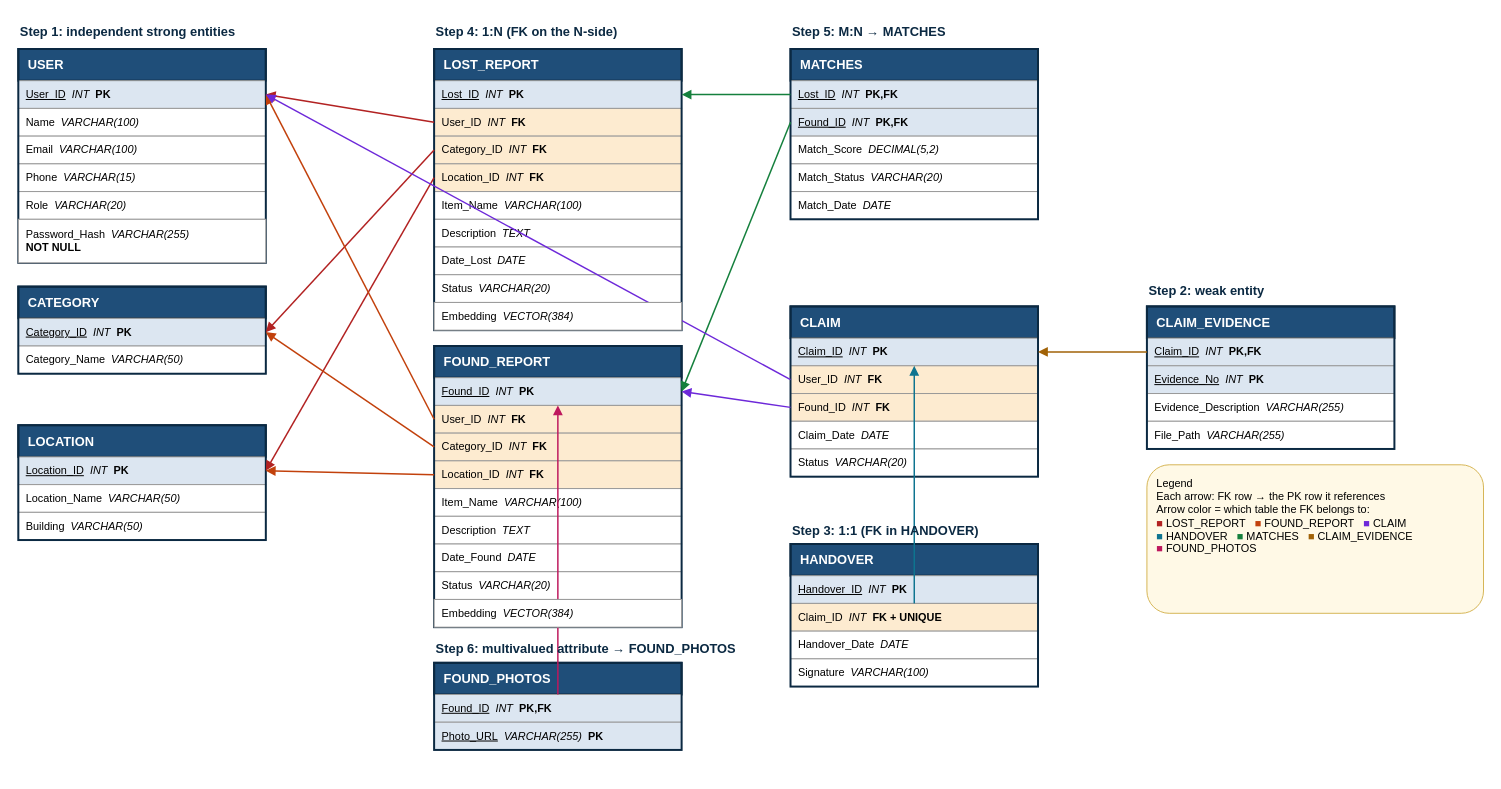
Before: docs/lost_found_relational_schema_revised.drawio in ParasAgarwal23/smart-lost-and-found, a draw.io diagram. Source tidied: cells renumbered, new cells numbered last; positions are measured from the earlier drawing's top-left corner, leaving out a move shared by most shapes. Both pictures are drawn from the tidied source at 99%, with x=0, y=0 at pixel (18, 17).
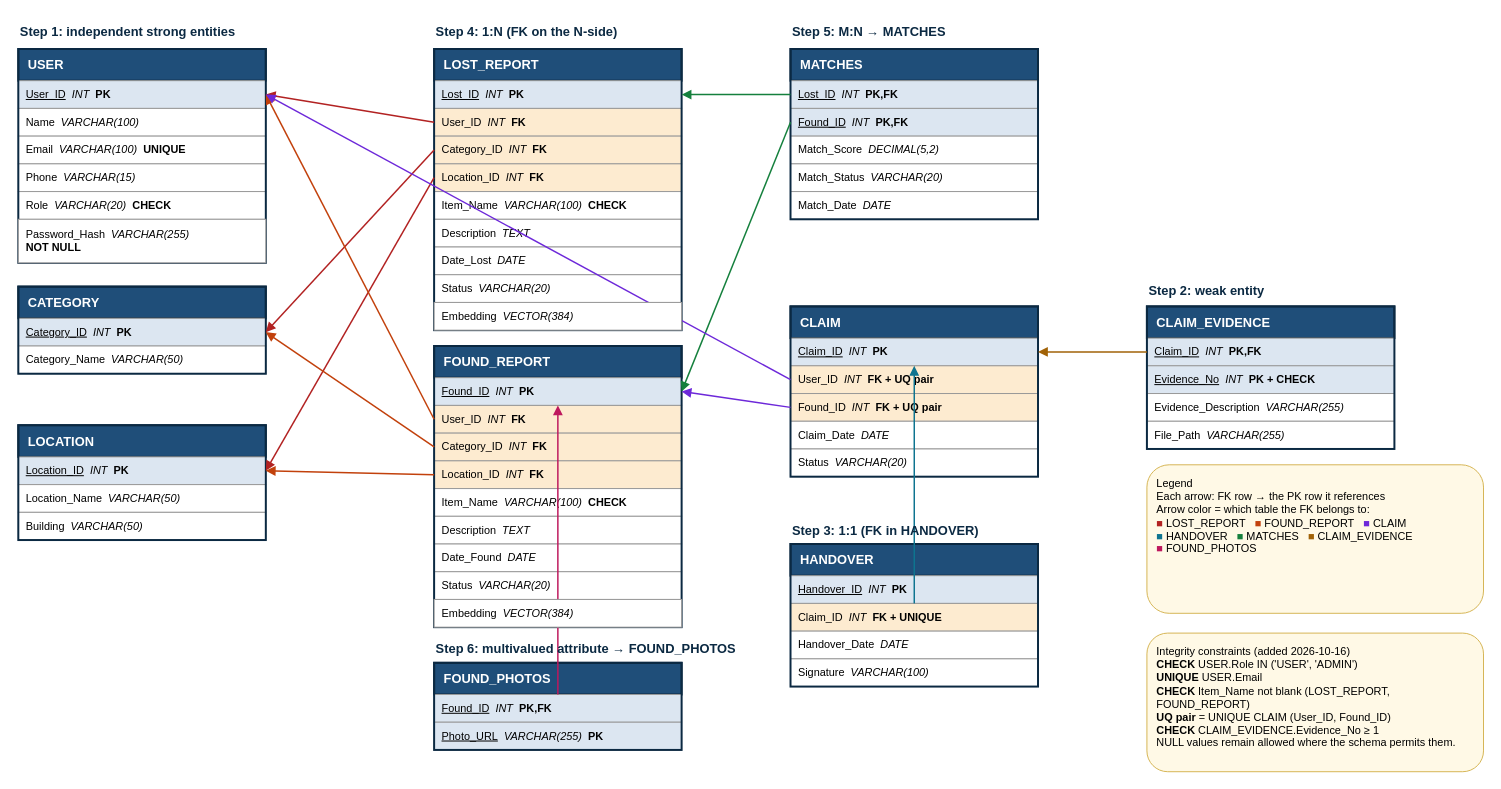
The same diagram, later.

Commit message (it also covers changes not shown here):
Improve database integrity constraints

What changed in the source:
```diff
@@
-    <mxCell id="5" value="Email&amp;nbsp;&amp;nbsp;&lt;i&gt;VARCHAR(100)&lt;/i&gt;" style="rounded=0;whiteSpace=wrap;html=1;fillColor=#FFFFFF;strokeColor=#999999;fontSize=11;align=left;spacingLeft=6;" parent="1" vertex="1">
+    <mxCell id="5" value="Email&amp;nbsp;&amp;nbsp;&lt;i&gt;VARCHAR(100)&lt;/i&gt;&amp;nbsp;&amp;nbsp;&lt;b&gt;UNIQUE&lt;/b&gt;" style="rounded=0;whiteSpace=wrap;html=1;fillColor=#FFFFFF;strokeColor=#999999;fontSize=11;align=left;spacingLeft=6;" parent="1" vertex="1">
       <mxGeometry y="120" width="250" height="28" as="geometry" />
     </mxCell>
@@
-    <mxCell id="7" value="Role&amp;nbsp;&amp;nbsp;&lt;i&gt;VARCHAR(20)&lt;/i&gt;" style="rounded=0;whiteSpace=wrap;html=1;fillColor=#FFFFFF;strokeColor=#999999;fontSize=11;align=left;spacingLeft=6;" parent="1" vertex="1">
+    <mxCell id="7" value="Role&amp;nbsp;&amp;nbsp;&lt;i&gt;VARCHAR(20)&lt;/i&gt;&amp;nbsp;&amp;nbsp;&lt;b&gt;CHECK&lt;/b&gt;" style="rounded=0;whiteSpace=wrap;html=1;fillColor=#FFFFFF;strokeColor=#999999;fontSize=11;align=left;spacingLeft=6;" parent="1" vertex="1">
       <mxGeometry y="176" width="250" height="28" as="geometry" />
     </mxCell>
@@
-    <mxCell id="23" value="Item_Name&amp;nbsp;&amp;nbsp;&lt;i&gt;VARCHAR(100)&lt;/i&gt;" style="rounded=0;whiteSpace=wrap;html=1;fillColor=#FFFFFF;strokeColor=#999999;fontSize=11;align=left;spacingLeft=6;" parent="1" vertex="1">
+    <mxCell id="23" value="Item_Name&amp;nbsp;&amp;nbsp;&lt;i&gt;VARCHAR(100)&lt;/i&gt;&amp;nbsp;&amp;nbsp;&lt;b&gt;CHECK&lt;/b&gt;" style="rounded=0;whiteSpace=wrap;html=1;fillColor=#FFFFFF;strokeColor=#999999;fontSize=11;align=left;spacingLeft=6;" parent="1" vertex="1">
       <mxGeometry x="420" y="176" width="250" height="28" as="geometry" />
     </mxCell>
@@
-    <mxCell id="33" value="Item_Name&amp;nbsp;&amp;nbsp;&lt;i&gt;VARCHAR(100)&lt;/i&gt;" style="rounded=0;whiteSpace=wrap;html=1;fillColor=#FFFFFF;strokeColor=#999999;fontSize=11;align=left;spacingLeft=6;" parent="1" vertex="1">
+    <mxCell id="33" value="Item_Name&amp;nbsp;&amp;nbsp;&lt;i&gt;VARCHAR(100)&lt;/i&gt;&amp;nbsp;&amp;nbsp;&lt;b&gt;CHECK&lt;/b&gt;" style="rounded=0;whiteSpace=wrap;html=1;fillColor=#FFFFFF;strokeColor=#999999;fontSize=11;align=left;spacingLeft=6;" parent="1" vertex="1">
       <mxGeometry x="420" y="476" width="250" height="28" as="geometry" />
     </mxCell>
@@
-    <mxCell id="51" value="User_ID&amp;nbsp;&amp;nbsp;&lt;i&gt;INT&lt;/i&gt;&amp;nbsp;&amp;nbsp;&lt;b&gt;FK&lt;/b&gt;" style="rounded=0;whiteSpace=wrap;html=1;fillColor=#FDEBD0;strokeColor=#999999;fontSize=11;align=left;spacingLeft=6;" parent="1" vertex="1">
+    <mxCell id="51" value="User_ID&amp;nbsp;&amp;nbsp;&lt;i&gt;INT&lt;/i&gt;&amp;nbsp;&amp;nbsp;&lt;b&gt;FK + UQ pair&lt;/b&gt;" style="rounded=0;whiteSpace=wrap;html=1;fillColor=#FDEBD0;strokeColor=#999999;fontSize=11;align=left;spacingLeft=6;" parent="1" vertex="1">
       <mxGeometry x="780" y="352" width="250" height="28" as="geometry" />
     </mxCell>
-    <mxCell id="52" value="Found_ID&amp;nbsp;&amp;nbsp;&lt;i&gt;INT&lt;/i&gt;&amp;nbsp;&amp;nbsp;&lt;b&gt;FK&lt;/b&gt;" style="rounded=0;whiteSpace=wrap;html=1;fillColor=#FDEBD0;strokeColor=#999999;fontSize=11;align=left;spacingLeft=6;" parent="1" vertex="1">
+    <mxCell id="52" value="Found_ID&amp;nbsp;&amp;nbsp;&lt;i&gt;INT&lt;/i&gt;&amp;nbsp;&amp;nbsp;&lt;b&gt;FK + UQ pair&lt;/b&gt;" style="rounded=0;whiteSpace=wrap;html=1;fillColor=#FDEBD0;strokeColor=#999999;fontSize=11;align=left;spacingLeft=6;" parent="1" vertex="1">
       <mxGeometry x="780" y="380" width="250" height="28" as="geometry" />
     </mxCell>
@@
-    <mxCell id="64" value="&lt;u&gt;Evidence_No&lt;/u&gt;&amp;nbsp;&amp;nbsp;&lt;i&gt;INT&lt;/i&gt;&amp;nbsp;&amp;nbsp;&lt;b&gt;PK&lt;/b&gt;" style="rounded=0;whiteSpace=wrap;html=1;fillColor=#DCE6F1;strokeColor=#999999;fontSize=11;align=left;spacingLeft=6;" parent="1" vertex="1">
+    <mxCell id="64" value="&lt;u&gt;Evidence_No&lt;/u&gt;&amp;nbsp;&amp;nbsp;&lt;i&gt;INT&lt;/i&gt;&amp;nbsp;&amp;nbsp;&lt;b&gt;PK + CHECK&lt;/b&gt;" style="rounded=0;whiteSpace=wrap;html=1;fillColor=#DCE6F1;strokeColor=#999999;fontSize=11;align=left;spacingLeft=6;" parent="1" vertex="1">
       <mxGeometry x="1140" y="352" width="250" height="28" as="geometry" />
     </mxCell>
@@
+    <mxCell id="91" value="Integrity constraints (added 2026-10-16)&lt;br&gt;&lt;b&gt;CHECK&lt;/b&gt; USER.Role IN ('USER', 'ADMIN')&lt;br&gt;&lt;b&gt;UNIQUE&lt;/b&gt; USER.Email&lt;br&gt;&lt;b&gt;CHECK&lt;/b&gt; Item_Name not blank (LOST_REPORT, FOUND_REPORT)&lt;br&gt;&lt;b&gt;UQ pair&lt;/b&gt; = UNIQUE CLAIM (User_ID, Found_ID)&lt;br&gt;&lt;b&gt;CHECK&lt;/b&gt; CLAIM_EVIDENCE.Evidence_No &amp;#8805; 1&lt;br&gt;NULL values remain allowed where the schema permits them." style="rounded=1;whiteSpace=wrap;html=1;fillColor=#FFF9E6;strokeColor=#D6B656;fontSize=11;align=left;spacingLeft=8;verticalAlign=top;spacingTop=6;" parent="1" vertex="1">
+      <mxGeometry x="1140" y="622" width="340" height="140" as="geometry" />
+    </mxCell>
```
